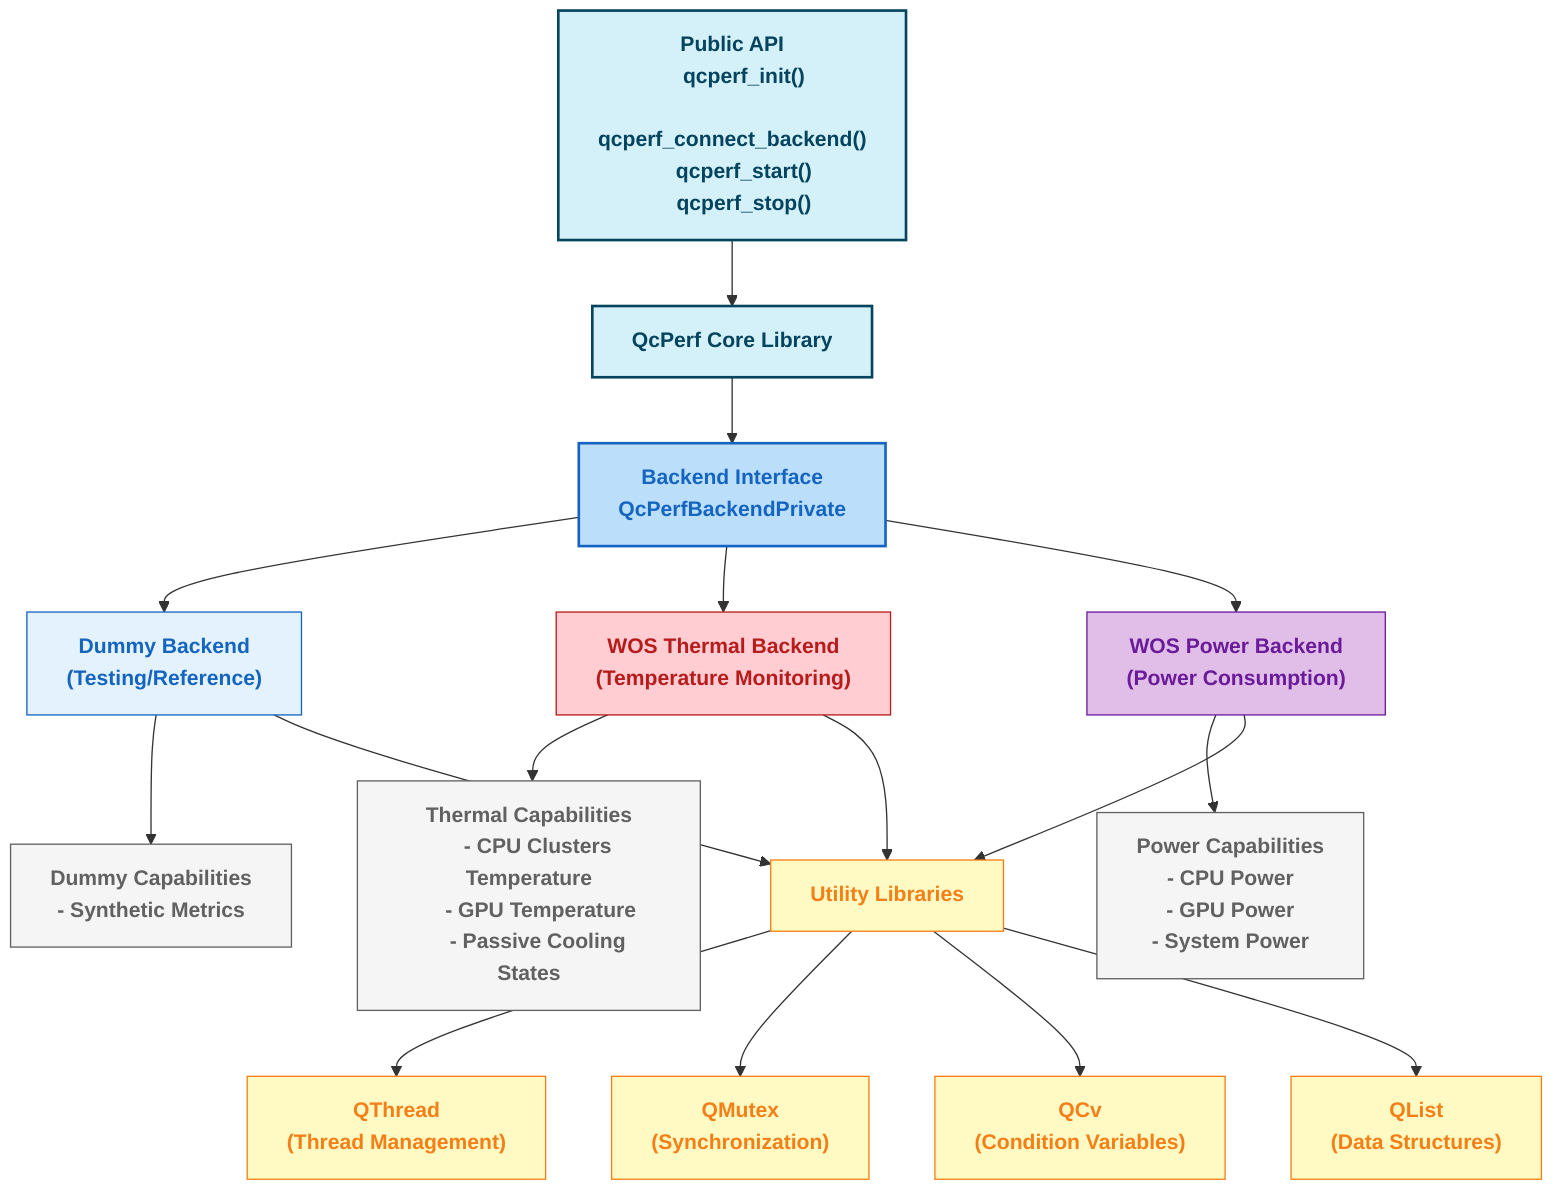
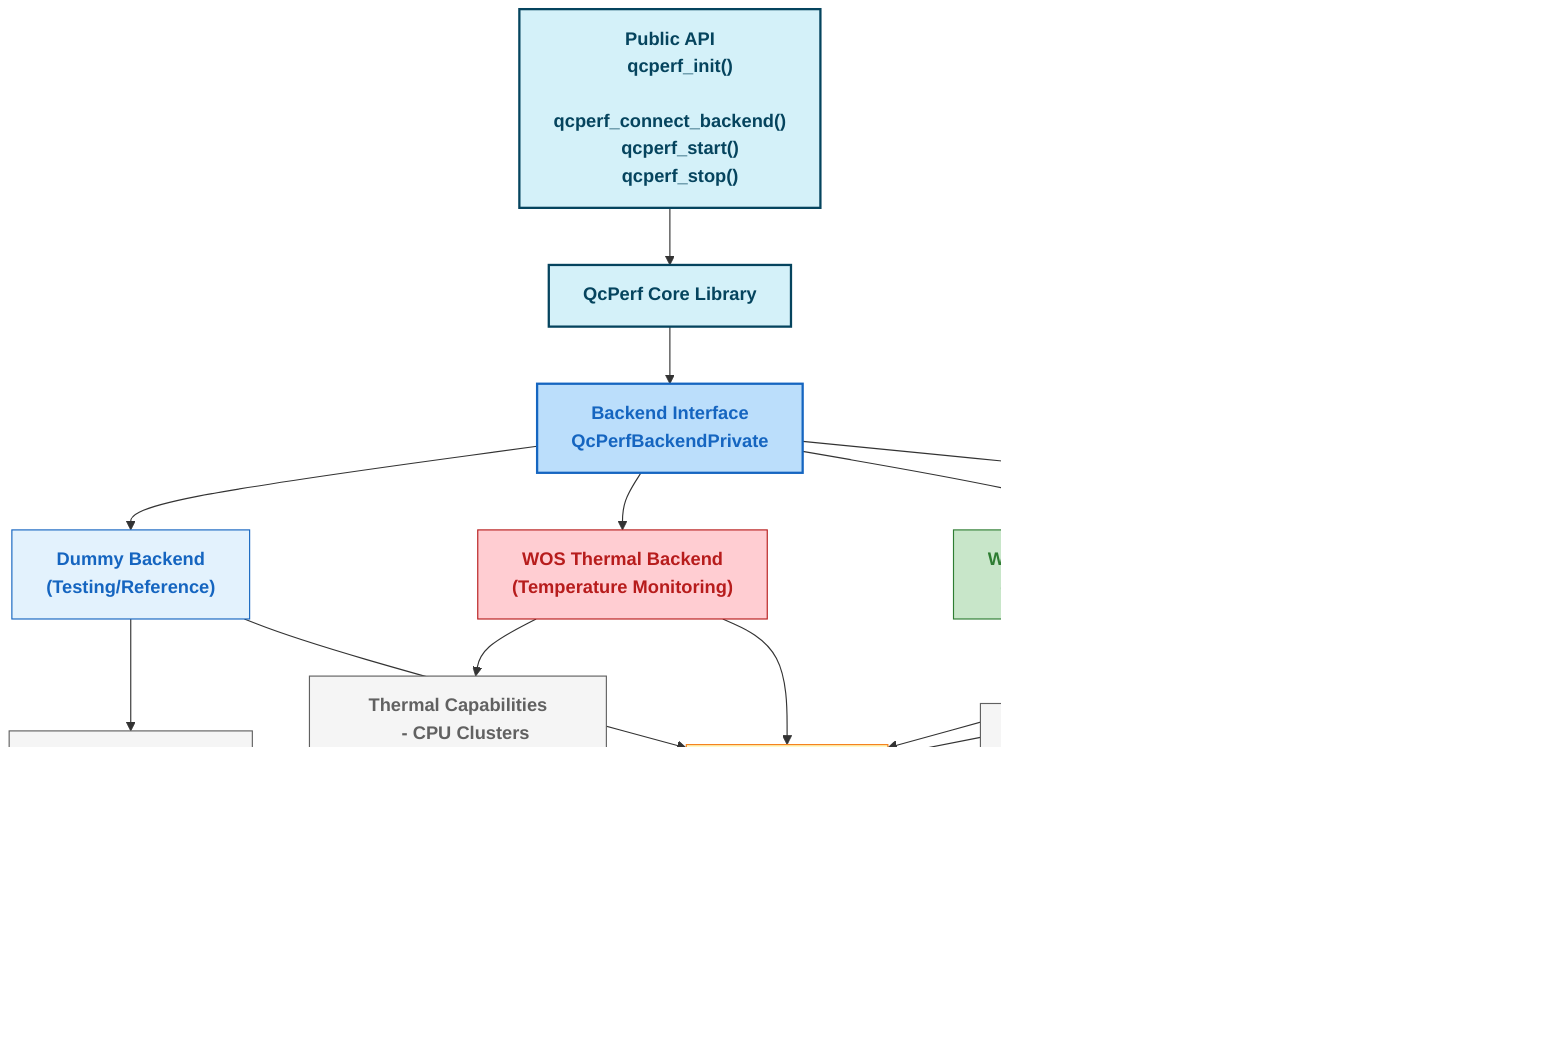
graph TD
    %% Core components
    Core["QcPerf Core Library"]
    API["Public API
    qcperf_init()
    qcperf_connect_backend()
    qcperf_start()
    qcperf_stop()"]
    Interface["Backend Interface
    QcPerfBackendPrivate"]

    %% Backend implementations
    Dummy["Dummy Backend
    (Testing/Reference)"]
    Thermal["WOS Thermal Backend
    (Temperature Monitoring)"]
+     DDR["WOS BW DDR Backend
+     (Memory Bandwidth)"]
    Power["WOS Power Backend
    (Power Consumption)"]

    %% Utility libraries
    Utils["Utility Libraries"]
    QThread["QThread
    (Thread Management)"]
    QMutex["QMutex
    (Synchronization)"]
    QCv["QCv
    (Condition Variables)"]
    QList["QList
    (Data Structures)"]

    %% Backend capabilities
    ThermalCap["Thermal Capabilities
    - CPU Clusters Temperature
    - GPU Temperature
    - Passive Cooling States"]

+     DDRCap["DDR Capabilities
+     - Bandwidth Usage
+     - Bandwidth Utilization
+     - Clock Frequencies"]
+ 
    PowerCap["Power Capabilities
    - CPU Power
    - GPU Power
    - System Power"]

    DummyCap["Dummy Capabilities
    - Synthetic Metrics"]

    %% Connections
    API --> Core
    Core --> Interface
    Interface --> Dummy
    Interface --> Thermal
+     Interface --> DDR
    Interface --> Power

    Dummy --> DummyCap
    Thermal --> ThermalCap
+     DDR --> DDRCap
    Power --> PowerCap

    Dummy --> Utils
    Thermal --> Utils
+     DDR --> Utils
    Power --> Utils

    Utils --> QThread
    Utils --> QMutex
    Utils --> QCv
    Utils --> QList

    %% Styling
    classDef core fill:#d4f1f9,stroke:#05445E,stroke-width:2px,color:#05445E,font-weight:bold
    classDef interface fill:#bbdefb,stroke:#1565c0,stroke-width:2px,color:#1565c0,font-weight:bold
    classDef dummy fill:#e3f2fd,stroke:#1565c0,stroke-width:1px,color:#1565c0,font-weight:bold
    classDef thermal fill:#ffcdd2,stroke:#b71c1c,stroke-width:1px,color:#b71c1c,font-weight:bold
+     classDef ddr fill:#c8e6c9,stroke:#2e7d32,stroke-width:1px,color:#2e7d32,font-weight:bold
    classDef power fill:#e1bee7,stroke:#6a1b9a,stroke-width:1px,color:#6a1b9a,font-weight:bold
    classDef utils fill:#fff9c4,stroke:#f57f17,stroke-width:1px,color:#f57f17,font-weight:bold
    classDef caps fill:#f5f5f5,stroke:#616161,stroke-width:1px,color:#616161,font-weight:bold

    class Core,API core
    class Interface interface
    class Dummy dummy
    class Thermal thermal
+     class DDR ddr
    class Power power
    class Utils,QThread,QMutex,QCv,QList utils
-     class ThermalCap,PowerCap,DummyCap caps
+     class ThermalCap,DDRCap,PowerCap,DummyCap caps
